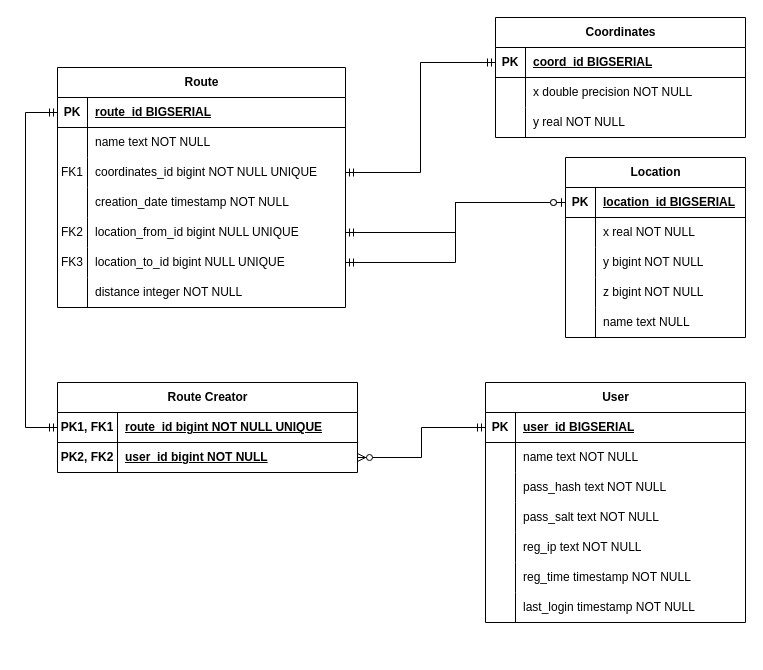
This is diagrams/datalogicalModel.drawio from Zerumi/no8_280523_73637373, a draw.io file, before an edit. Source tidied: cells renumbered, new cells numbered last; positions are measured from the earlier drawing's top-left corner, leaving out a move shared by most shapes. Both pictures are drawn from the tidied source at 100%, with x=0, y=0 at pixel (25, 17).
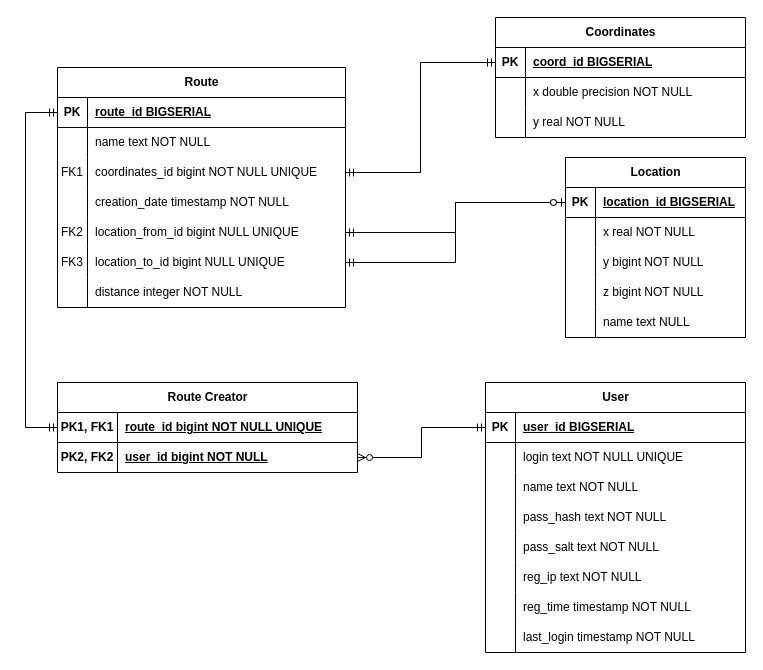
The same page after the edit.

Unchanged cells that the change refers to:
```xml
<mxCell id="54" style="shape=tableRow;horizontal=0;startSize=0;swimlaneHead=0;swimlaneBody=0;fillColor=none;top=0;left=0;right=0;bottom=0;" parent="50" vertex="1">
  <mxGeometry y="60" width="260" height="30" as="geometry" />
</mxCell>
```

Diff of the diagram source:
```diff
@@
     <mxCell id="50" value="User" style="shape=table;startSize=30;childLayout=tableLayout;rowLines=0;fontStyle=1;align=center;html=1;" parent="1" vertex="1">
-      <mxGeometry x="460" y="365" width="260" height="240" as="geometry" />
+      <mxGeometry x="460" y="365" width="260" height="270" as="geometry" />
     </mxCell>
@@
-    <mxCell id="56" value="name text NOT NULL" style="shape=partialRectangle;fillColor=none;top=0;left=0;bottom=0;right=0;align=left;spacingLeft=6;overflow=hidden;whiteSpace=wrap;html=1;" parent="54" vertex="1">
+    <mxCell id="56" value="login text NOT NULL UNIQUE" style="shape=partialRectangle;fillColor=none;top=0;left=0;bottom=0;right=0;align=left;spacingLeft=6;overflow=hidden;whiteSpace=wrap;html=1;" parent="54" vertex="1">
       <mxGeometry x="30" width="230" height="30" as="geometry" />
     </mxCell>
+    <mxCell id="84" style="shape=tableRow;horizontal=0;startSize=0;swimlaneHead=0;swimlaneBody=0;fillColor=none;top=0;left=0;right=0;bottom=0;" parent="50" vertex="1">
+      <mxGeometry y="90" width="260" height="30" as="geometry" />
+    </mxCell>
+    <mxCell id="85" style="shape=partialRectangle;fillColor=none;top=0;left=0;bottom=0;right=0;overflow=hidden;whiteSpace=wrap;html=1;" parent="84" vertex="1">
+      <mxGeometry width="30" height="30" as="geometry" />
+    </mxCell>
+    <mxCell id="86" value="name text NOT NULL" style="shape=partialRectangle;fillColor=none;top=0;left=0;bottom=0;right=0;align=left;spacingLeft=6;overflow=hidden;whiteSpace=wrap;html=1;" parent="84" vertex="1">
+      <mxGeometry x="30" width="230" height="30" as="geometry" />
+    </mxCell>
     <mxCell id="57" style="shape=tableRow;horizontal=0;startSize=0;swimlaneHead=0;swimlaneBody=0;fillColor=none;top=0;left=0;right=0;bottom=0;" parent="50" vertex="1">
-      <mxGeometry y="90" width="260" height="30" as="geometry" />
+      <mxGeometry y="120" width="260" height="30" as="geometry" />
     </mxCell>
@@
     <mxCell id="60" style="shape=tableRow;horizontal=0;startSize=0;swimlaneHead=0;swimlaneBody=0;fillColor=none;top=0;left=0;right=0;bottom=0;" parent="50" vertex="1">
-      <mxGeometry y="120" width="260" height="30" as="geometry" />
+      <mxGeometry y="150" width="260" height="30" as="geometry" />
     </mxCell>
@@
     <mxCell id="63" style="shape=tableRow;horizontal=0;startSize=0;swimlaneHead=0;swimlaneBody=0;fillColor=none;top=0;left=0;right=0;bottom=0;" parent="50" vertex="1">
-      <mxGeometry y="150" width="260" height="30" as="geometry" />
+      <mxGeometry y="180" width="260" height="30" as="geometry" />
     </mxCell>
@@
     <mxCell id="66" style="shape=tableRow;horizontal=0;startSize=0;swimlaneHead=0;swimlaneBody=0;fillColor=none;top=0;left=0;right=0;bottom=0;" parent="50" vertex="1">
-      <mxGeometry y="180" width="260" height="30" as="geometry" />
+      <mxGeometry y="210" width="260" height="30" as="geometry" />
     </mxCell>
@@
     <mxCell id="69" style="shape=tableRow;horizontal=0;startSize=0;swimlaneHead=0;swimlaneBody=0;fillColor=none;top=0;left=0;right=0;bottom=0;" parent="50" vertex="1">
-      <mxGeometry y="210" width="260" height="30" as="geometry" />
+      <mxGeometry y="240" width="260" height="30" as="geometry" />
     </mxCell>
```
